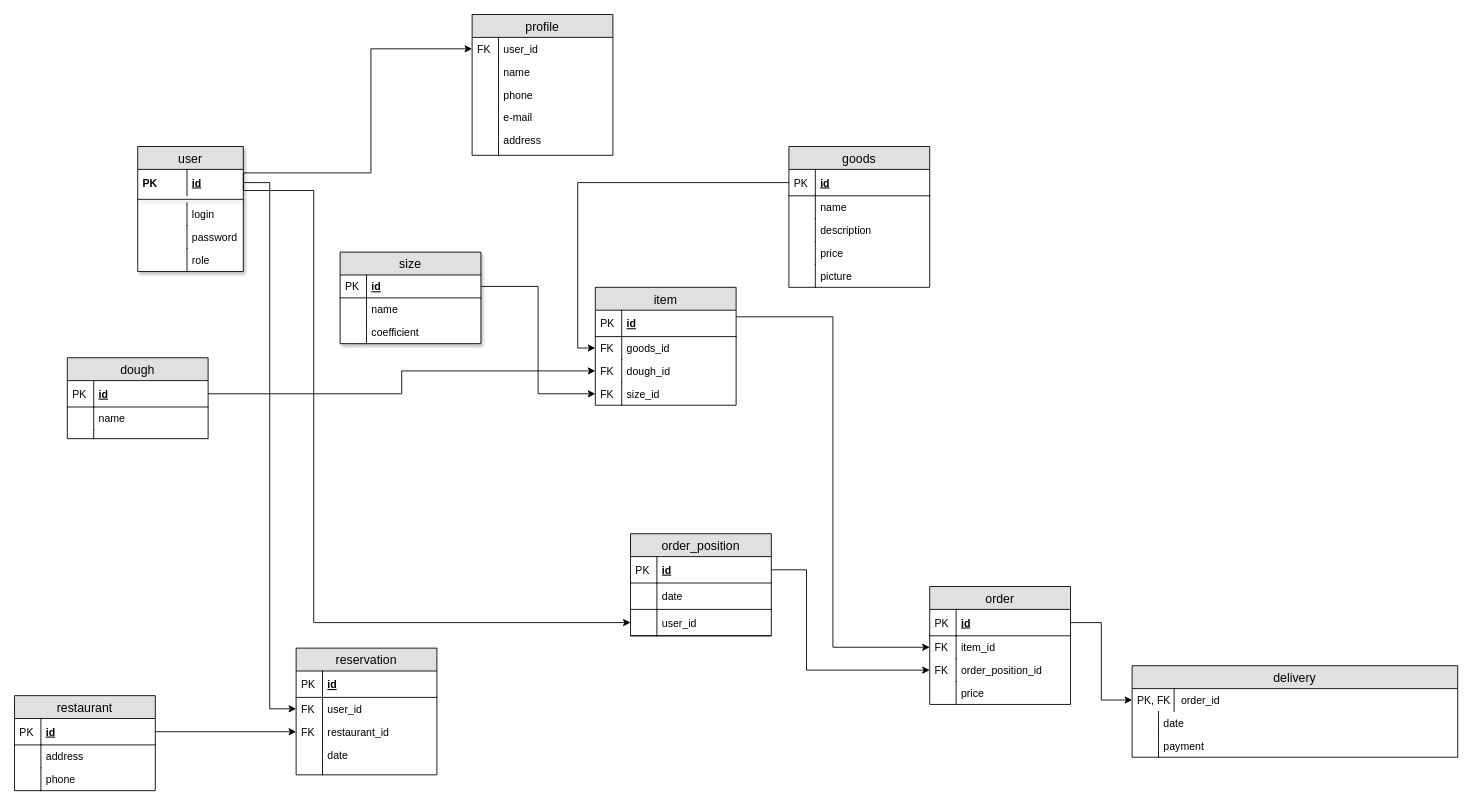
Bogdan1506/24_JavaST keeps this draw.io diagram as finaltask/bd.drawio. Above is the earlier version. Source tidied: cells renumbered, new cells numbered last; positions are measured from the earlier drawing's top-left corner, leaving out a move shared by most shapes. Both pictures are drawn from the tidied source at 88%, with x=0, y=0 at pixel (14, 14).
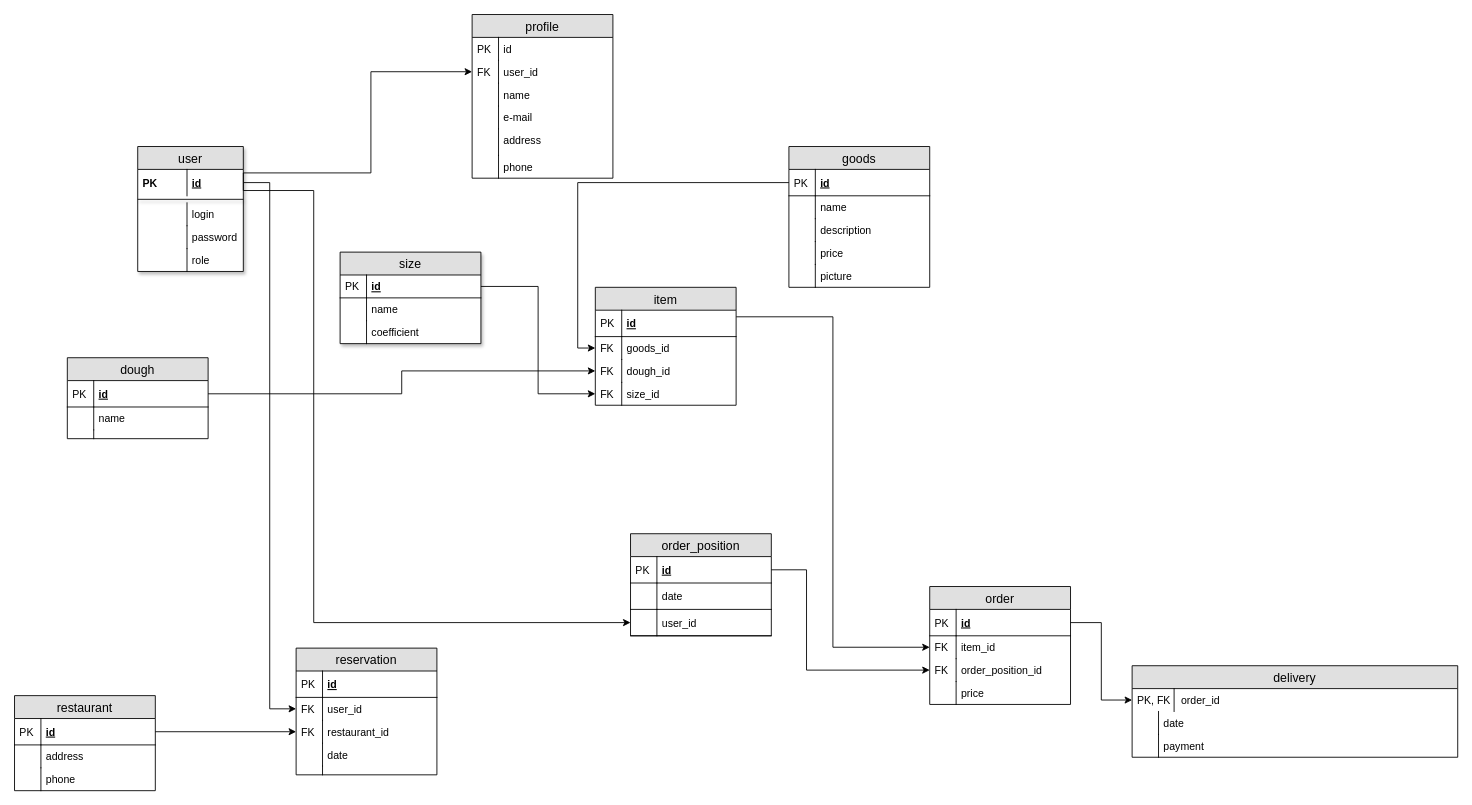
The same diagram, later.

Unchanged cells that the change refers to:
```xml
<mxCell id="3" value="id" style="shape=partialRectangle;top=0;left=0;right=0;bottom=0;align=left;verticalAlign=middle;fillColor=none;spacingLeft=60;spacingRight=4;overflow=hidden;points=[[0,0.5],[1,0.5]];portConstraint=eastwest;fontStyle=5;fontSize=12;" parent="2" vertex="1">
  <mxGeometry y="26" width="120" height="30" as="geometry" />
</mxCell>
```

The edit, as a diff of the source:
```diff
@@
     <mxCell id="40" value="profile" style="swimlane;fontStyle=0;horizontal=1;startSize=26;fillColor=#e0e0e0;swimlaneFillColor=#ffffff;align=center;fontSize=14;" parent="1" vertex="1">
-      <mxGeometry x="520" width="160" height="160" as="geometry" />
+      <mxGeometry x="520" width="160" height="186" as="geometry" />
     </mxCell>
-    <mxCell id="41" value="user_id" style="shape=partialRectangle;top=0;left=0;right=0;bottom=0;align=left;verticalAlign=middle;fillColor=none;spacingLeft=34;spacingRight=4;overflow=hidden;points=[[0,0.5],[1,0.5]];portConstraint=eastwest;fontSize=12;" parent="40" vertex="1">
+    <mxCell id="41" value="id" style="shape=partialRectangle;top=0;left=0;right=0;bottom=0;align=left;verticalAlign=middle;fillColor=none;spacingLeft=34;spacingRight=4;overflow=hidden;points=[[0,0.5],[1,0.5]];portConstraint=eastwest;fontSize=12;" parent="40" vertex="1">
       <mxGeometry y="26" width="160" height="26" as="geometry" />
     </mxCell>
-    <mxCell id="42" value="FK" style="shape=partialRectangle;top=0;left=0;bottom=0;fillColor=none;align=left;verticalAlign=top;spacingLeft=4;spacingRight=4;overflow=hidden;fontSize=12;" parent="41" vertex="1">
+    <mxCell id="42" value="PK" style="shape=partialRectangle;top=0;left=0;bottom=0;fillColor=none;align=left;verticalAlign=top;spacingLeft=4;spacingRight=4;overflow=hidden;fontSize=12;" parent="41" vertex="1">
       <mxGeometry width="30" height="26" as="geometry" />
     </mxCell>
-    <mxCell id="43" value="name" style="shape=partialRectangle;top=0;left=0;right=0;bottom=0;align=left;verticalAlign=top;fillColor=none;spacingLeft=34;spacingRight=4;overflow=hidden;points=[[0,0.5],[1,0.5]];portConstraint=eastwest;fontSize=12;" parent="40" vertex="1">
+    <mxCell id="43" value="user_id" style="shape=partialRectangle;top=0;left=0;right=0;bottom=0;align=left;verticalAlign=top;fillColor=none;spacingLeft=34;spacingRight=4;overflow=hidden;points=[[0,0.5],[1,0.5]];portConstraint=eastwest;fontSize=12;" parent="40" vertex="1">
       <mxGeometry y="52" width="160" height="26" as="geometry" />
     </mxCell>
-    <mxCell id="44" style="shape=partialRectangle;top=0;left=0;bottom=0;fillColor=none;align=left;verticalAlign=top;spacingLeft=4;spacingRight=4;overflow=hidden;fontSize=12;" parent="43" vertex="1">
+    <mxCell id="44" value="FK" style="shape=partialRectangle;top=0;left=0;bottom=0;fillColor=none;align=left;verticalAlign=top;spacingLeft=4;spacingRight=4;overflow=hidden;fontSize=12;" parent="43" vertex="1">
       <mxGeometry width="30" height="26" as="geometry" />
     </mxCell>
-    <mxCell id="45" value="phone" style="shape=partialRectangle;top=0;left=0;right=0;bottom=0;align=left;verticalAlign=top;fillColor=none;spacingLeft=34;spacingRight=4;overflow=hidden;fontSize=12;" parent="40" vertex="1">
+    <mxCell id="45" value="name" style="shape=partialRectangle;top=0;left=0;right=0;bottom=0;align=left;verticalAlign=top;fillColor=none;spacingLeft=34;spacingRight=4;overflow=hidden;fontSize=12;" parent="40" vertex="1">
       <mxGeometry y="78" width="160" height="26" as="geometry" />
     </mxCell>
@@
+    <mxCell id="108" value="phone" style="shape=partialRectangle;top=0;left=0;right=0;bottom=0;align=left;verticalAlign=middle;fillColor=none;spacingLeft=34;spacingRight=4;overflow=hidden;fontSize=12;" parent="40" vertex="1">
+      <mxGeometry y="160" width="160" height="26" as="geometry" />
+    </mxCell>
+    <mxCell id="109" style="shape=partialRectangle;top=0;left=0;bottom=0;fillColor=none;align=left;verticalAlign=top;spacingLeft=4;spacingRight=4;overflow=hidden;fontSize=12;" parent="108" vertex="1">
+      <mxGeometry width="30" height="26" as="geometry" />
+    </mxCell>
@@
-    <mxCell id="102" style="edgeStyle=orthogonalEdgeStyle;rounded=0;jettySize=auto;html=1;exitX=1;exitY=0.5;exitDx=0;exitDy=0;" parent="1" edge="1" source="3" target="41">
+    <mxCell id="102" style="edgeStyle=orthogonalEdgeStyle;rounded=0;jettySize=auto;html=1;exitX=1;exitY=0.5;exitDx=0;exitDy=0;entryX=0;entryY=0.5;entryDx=0;entryDy=0;" parent="1" edge="1" source="3" target="43">
       <mxGeometry relative="1" as="geometry">
         <Array as="points">
+          <mxPoint x="260" y="180" />
           <mxPoint x="405" y="180" />
-          <mxPoint x="405" y="39" />
+          <mxPoint x="405" y="65" />
         </Array>
       </mxGeometry>
     </mxCell>
```
